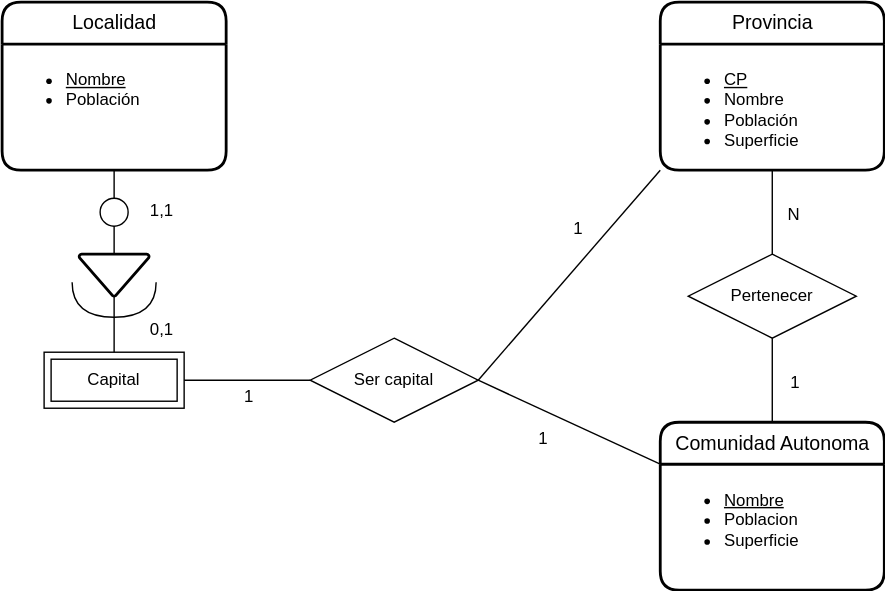
Earlier version of the draw.io export UD12-3.svg (Jimxx22/C3-UD11-UML). Source tidied: cells renumbered, new cells last; positions are measured from the earlier drawing's top-left corner, leaving out a move shared by most shapes.
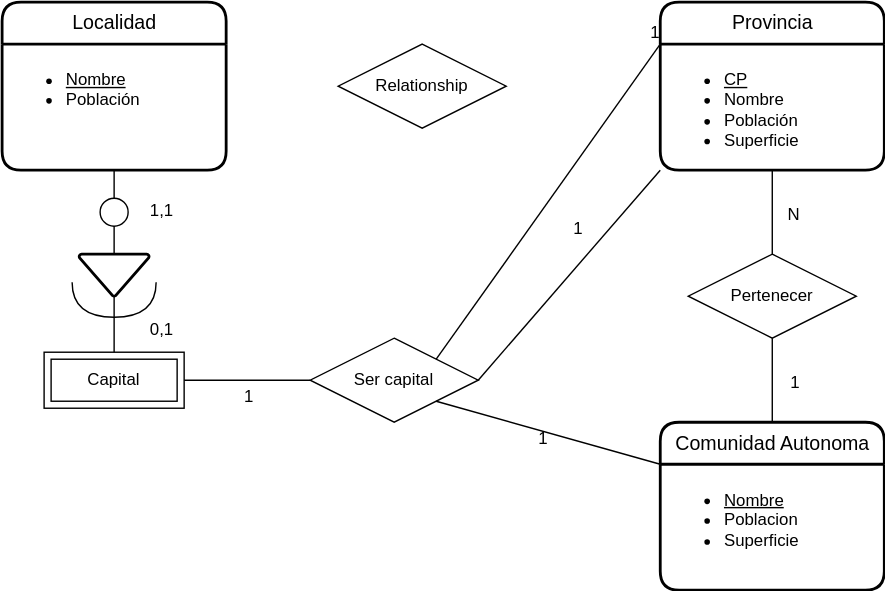
The same diagram one commit later.

What changed in the source:
```diff
@@ -85,7 +85,7 @@
         <mxPoint x="50" y="20" as="offset" />
       </mxGeometry>
     </mxCell>
-    <mxCell id="27" style="endArrow=none;html=1;rounded=0;exitX=1;exitY=0.5;exitDx=0;exitDy=0;entryX=0;entryY=0.25;entryDx=0;entryDy=0;" parent="1" edge="1" source="18" target="23">
+    <mxCell id="27" style="endArrow=none;html=1;rounded=0;exitX=1;exitY=1;exitDx=0;exitDy=0;entryX=0;entryY=0.25;entryDx=0;entryDy=0;" parent="1" edge="1" source="18" target="23">
       <mxGeometry relative="1" as="geometry" />
     </mxCell>
     <mxCell id="28" value="1" style="html=1;align=right;verticalAlign=bottom;" parent="27" vertex="1">
@@ -93,5 +93,14 @@
         <mxPoint x="-80" y="-10" as="offset" />
       </mxGeometry>
     </mxCell>
+    <mxCell id="29" value="Relationship" style="shape=rhombus;perimeter=rhombusPerimeter;whiteSpace=wrap;html=1;align=center;" parent="1" vertex="1">
+      <mxGeometry x="240" y="30" width="120" height="60" as="geometry" />
+    </mxCell>
+    <mxCell id="30" style="endArrow=none;html=1;rounded=0;exitX=1;exitY=0;exitDx=0;exitDy=0;entryX=0;entryY=0;entryDx=0;entryDy=0;" parent="1" edge="1" source="18" target="20">
+      <mxGeometry relative="1" as="geometry" />
+    </mxCell>
+    <mxCell id="31" value="1" style="html=1;align=right;verticalAlign=bottom;" parent="30" vertex="1">
+      <mxGeometry x="1" relative="1" as="geometry" />
+    </mxCell>
   </root>
 </mxGraphModel>
```
